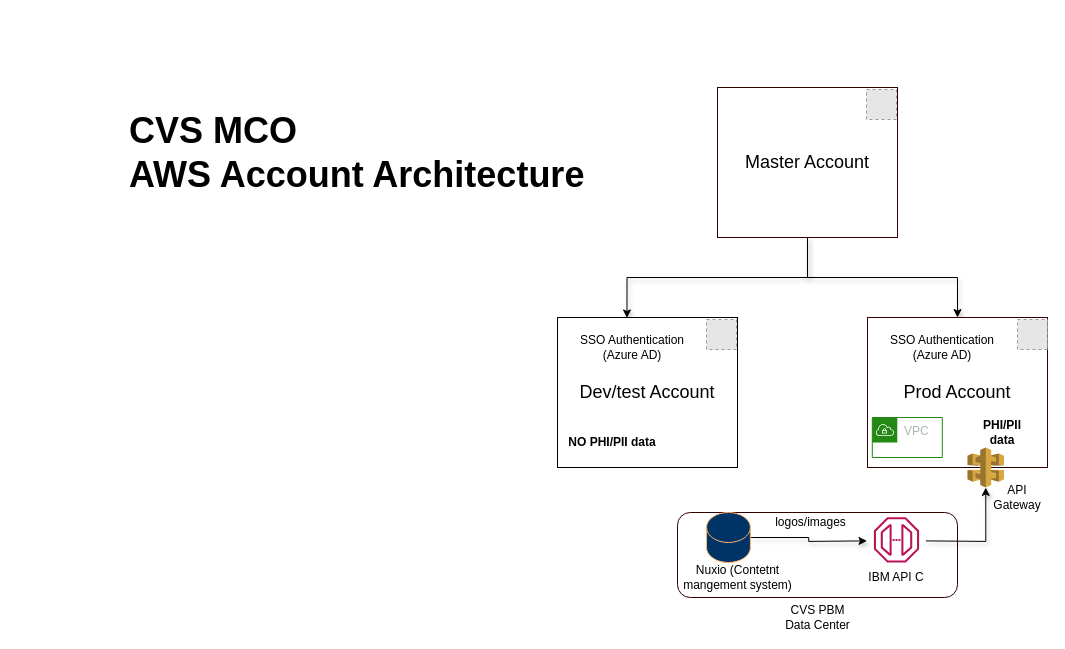
Before: algoss/Untitled Diagram.drawio in ankitgoyal15654/personal_work, a draw.io diagram. Source tidied: cells renumbered, new cells numbered last; positions are measured from the earlier drawing's top-left corner, leaving out a move shared by most shapes. Both pictures are drawn from the tidied source at 100%, with x=0, y=0 at pixel (127, 67). Pictures stored in the file or linked from it are replaced by grey dashed boxes.
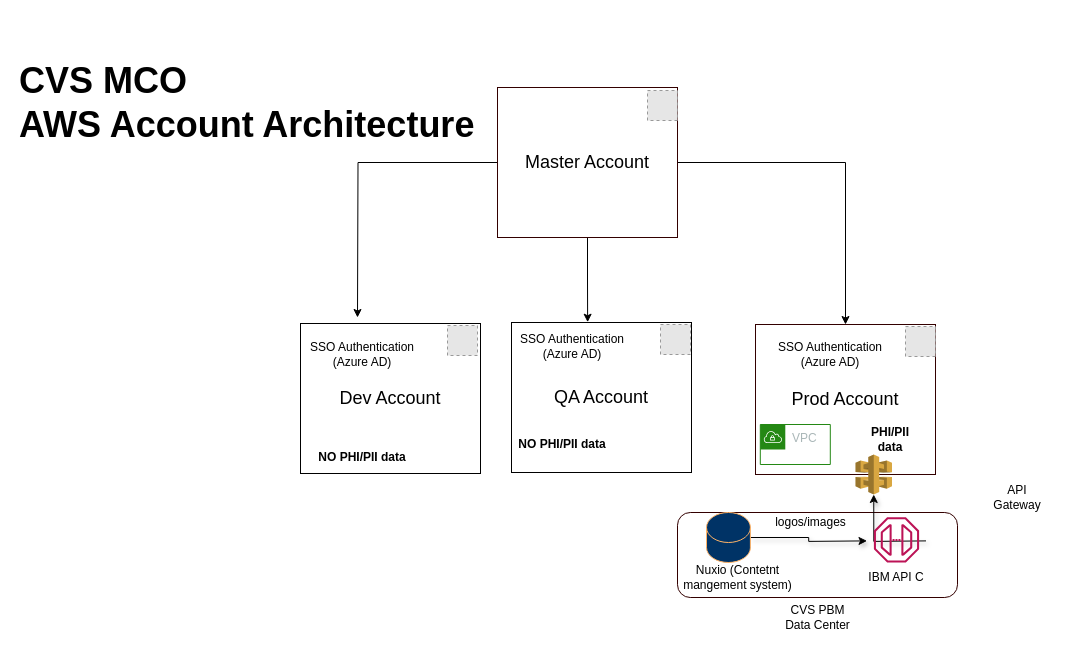
The same page after the edit.

Diff of the diagram source:
```diff
@@
-    <mxCell id="2" style="edgeStyle=orthogonalEdgeStyle;rounded=0;jettySize=auto;html=1;entryX=0.386;entryY=0.003;entryDx=0;entryDy=0;entryPerimeter=0;shadow=1;strokeColor=#000000;" parent="1" edge="1" source="4" target="5">
-      <mxGeometry relative="1" as="geometry" />
-    </mxCell>
+    <mxCell id="27" style="edgeStyle=orthogonalEdgeStyle;rounded=0;jettySize=auto;html=1;" parent="1" edge="1" source="4">
+      <mxGeometry relative="1" as="geometry">
+        <mxPoint x="230" y="250" as="targetPoint" />
+      </mxGeometry>
+    </mxCell>
-    <mxCell id="3" style="edgeStyle=orthogonalEdgeStyle;rounded=0;jettySize=auto;html=1;shadow=1;strokeColor=#000000;" parent="1" edge="1" source="4" target="6">
+    <mxCell id="3" style="edgeStyle=orthogonalEdgeStyle;rounded=0;jettySize=auto;html=1;" parent="1" edge="1" source="4" target="6">
       <mxGeometry relative="1" as="geometry" />
     </mxCell>
+    <mxCell id="28" style="edgeStyle=orthogonalEdgeStyle;rounded=0;jettySize=auto;html=1;entryX=0.423;entryY=-0.002;entryDx=0;entryDy=0;entryPerimeter=0;" parent="1" edge="1" source="4" target="29">
+      <mxGeometry relative="1" as="geometry" />
+    </mxCell>
     <mxCell id="4" value="&lt;font style=&quot;font-size: 18px&quot;&gt;Master Account&lt;/font&gt;" style="rounded=0;whiteSpace=wrap;html=1;strokeColor=#330000;fillColor=#FFFFFF;" parent="1" vertex="1">
-      <mxGeometry x="590" y="20" width="180" height="150" as="geometry" />
+      <mxGeometry x="370" y="20" width="180" height="150" as="geometry" />
     </mxCell>
-    <mxCell id="5" value="&lt;font style=&quot;font-size: 18px&quot;&gt;Dev/test Account&lt;/font&gt;" style="rounded=0;whiteSpace=wrap;html=1;strokeColor=#000000;fillColor=#FFFFFF;" parent="1" vertex="1">
-      <mxGeometry x="430" y="250" width="180" height="150" as="geometry" />
+    <mxCell id="5" value="&lt;font style=&quot;font-size: 18px&quot;&gt;Dev Account&lt;/font&gt;" style="rounded=0;whiteSpace=wrap;html=1;strokeColor=#000000;fillColor=#FFFFFF;" parent="1" vertex="1">
+      <mxGeometry x="173" y="256" width="180" height="150" as="geometry" />
     </mxCell>
     <mxCell id="6" value="&lt;font style=&quot;font-size: 18px&quot;&gt;Prod Account&lt;/font&gt;" style="rounded=0;whiteSpace=wrap;html=1;strokeColor=#330000;fillColor=#FFFFFF;" parent="1" vertex="1">
-      <mxGeometry x="740" y="250" width="180" height="150" as="geometry" />
+      <mxGeometry x="628" y="257" width="180" height="150" as="geometry" />
     </mxCell>
@@
     <mxCell id="11" style="fillColor=#E6E6E6;strokeColor=#999999;dashed=1;verticalLabelPosition=bottom;labelBackgroundColor=#ffffff;verticalAlign=top;" parent="1" vertex="1">
-      <mxGeometry x="890" y="252" width="30" height="30" as="geometry" />
+      <mxGeometry x="778" y="259" width="30" height="30" as="geometry" />
     </mxCell>
     <mxCell id="12" style="fillColor=#E6E6E6;strokeColor=#999999;dashed=1;verticalLabelPosition=bottom;labelBackgroundColor=#ffffff;verticalAlign=top;" parent="1" vertex="1">
-      <mxGeometry x="579" y="252" width="30" height="30" as="geometry" />
+      <mxGeometry x="320" y="258" width="30" height="30" as="geometry" />
     </mxCell>
     <mxCell id="13" style="fillColor=#E6E6E6;strokeColor=#999999;dashed=1;verticalLabelPosition=bottom;labelBackgroundColor=#ffffff;verticalAlign=top;" parent="1" vertex="1">
-      <mxGeometry x="739" y="22" width="30" height="30" as="geometry" />
+      <mxGeometry x="520" y="23" width="30" height="30" as="geometry" />
     </mxCell>
     <mxCell id="14" value="VPC" style="gradientColor=none;html=1;whiteSpace=wrap;fontSize=12;fontStyle=0;shape=mxgraph.aws4.group;grIcon=mxgraph.aws4.group_vpc;strokeColor=#248814;fillColor=none;verticalAlign=top;align=left;spacingLeft=30;fontColor=#AAB7B8;dashed=0;" parent="1" vertex="1">
-      <mxGeometry x="744.8" y="350" width="70" height="40" as="geometry" />
+      <mxGeometry x="632.8" y="357" width="70" height="40" as="geometry" />
     </mxCell>
     <mxCell id="15" value="PHI/PII data" style="text;html=1;strokeColor=none;fillColor=none;align=center;verticalAlign=middle;whiteSpace=wrap;rounded=0;fontStyle=1;" parent="1" vertex="1">
-      <mxGeometry x="850" y="350" width="50" height="30" as="geometry" />
+      <mxGeometry x="738" y="357" width="50" height="30" as="geometry" />
     </mxCell>
     <mxCell id="16" value="NO PHI/PII data" style="text;html=1;strokeColor=none;fillColor=none;align=center;verticalAlign=middle;whiteSpace=wrap;rounded=0;fontStyle=1;" parent="1" vertex="1">
-      <mxGeometry x="440" y="360" width="90" height="30" as="geometry" />
+      <mxGeometry x="190" y="375" width="90" height="30" as="geometry" />
     </mxCell>
@@
     <mxCell id="18" value="SSO Authentication&lt;br&gt;(Azure AD)" style="text;html=1;strokeColor=none;fillColor=none;align=center;verticalAlign=middle;whiteSpace=wrap;rounded=0;" parent="1" vertex="1">
-      <mxGeometry x="450" y="270" width="110" height="19" as="geometry" />
+      <mxGeometry x="180" y="277" width="110" height="19" as="geometry" />
     </mxCell>
     <mxCell id="19" value="SSO Authentication&lt;br&gt;(Azure AD)" style="text;html=1;strokeColor=none;fillColor=none;align=center;verticalAlign=middle;whiteSpace=wrap;rounded=0;" parent="1" vertex="1">
-      <mxGeometry x="760" y="270" width="110" height="19" as="geometry" />
+      <mxGeometry x="648" y="277" width="110" height="19" as="geometry" />
     </mxCell>
     <mxCell id="20" style="outlineConnect=0;dashed=0;verticalLabelPosition=bottom;verticalAlign=top;align=center;html=1;shape=mxgraph.aws3.api_gateway;fillColor=#D9A741;gradientColor=none;strokeColor=#330000;" parent="1" vertex="1">
-      <mxGeometry x="840" y="380" width="36.5" height="40" as="geometry" />
+      <mxGeometry x="728" y="387" width="36.5" height="40" as="geometry" />
     </mxCell>
@@
     <mxCell id="22" value="&lt;font style=&quot;font-size: 36px&quot;&gt;&lt;b&gt;CVS MCO&amp;nbsp;&lt;br&gt;AWS Account Architecture&lt;/b&gt;&lt;/font&gt;" style="text;html=1;strokeColor=none;fillColor=none;align=left;verticalAlign=middle;whiteSpace=wrap;rounded=0;" parent="1" vertex="1">
-      <mxGeometry width="480" height="170" as="geometry" />
+      <mxGeometry x="-110" y="-50" width="480" height="170" as="geometry" />
     </mxCell>
@@
+    <mxCell id="29" value="&lt;font style=&quot;font-size: 18px&quot;&gt;QA Account&lt;/font&gt;" style="rounded=0;whiteSpace=wrap;html=1;strokeColor=#000000;fillColor=#FFFFFF;" parent="1" vertex="1">
+      <mxGeometry x="384" y="255" width="180" height="150" as="geometry" />
+    </mxCell>
+    <mxCell id="30" style="fillColor=#E6E6E6;strokeColor=#999999;dashed=1;verticalLabelPosition=bottom;labelBackgroundColor=#ffffff;verticalAlign=top;" parent="1" vertex="1">
+      <mxGeometry x="533" y="257" width="30" height="30" as="geometry" />
+    </mxCell>
+    <mxCell id="31" value="NO PHI/PII data" style="text;html=1;strokeColor=none;fillColor=none;align=center;verticalAlign=middle;whiteSpace=wrap;rounded=0;fontStyle=1;" parent="1" vertex="1">
+      <mxGeometry x="390" y="362" width="90" height="30" as="geometry" />
+    </mxCell>
+    <mxCell id="32" value="SSO Authentication&lt;br&gt;(Azure AD)" style="text;html=1;strokeColor=none;fillColor=none;align=center;verticalAlign=middle;whiteSpace=wrap;rounded=0;" parent="1" vertex="1">
+      <mxGeometry x="390" y="269" width="110" height="19" as="geometry" />
+    </mxCell>
```
